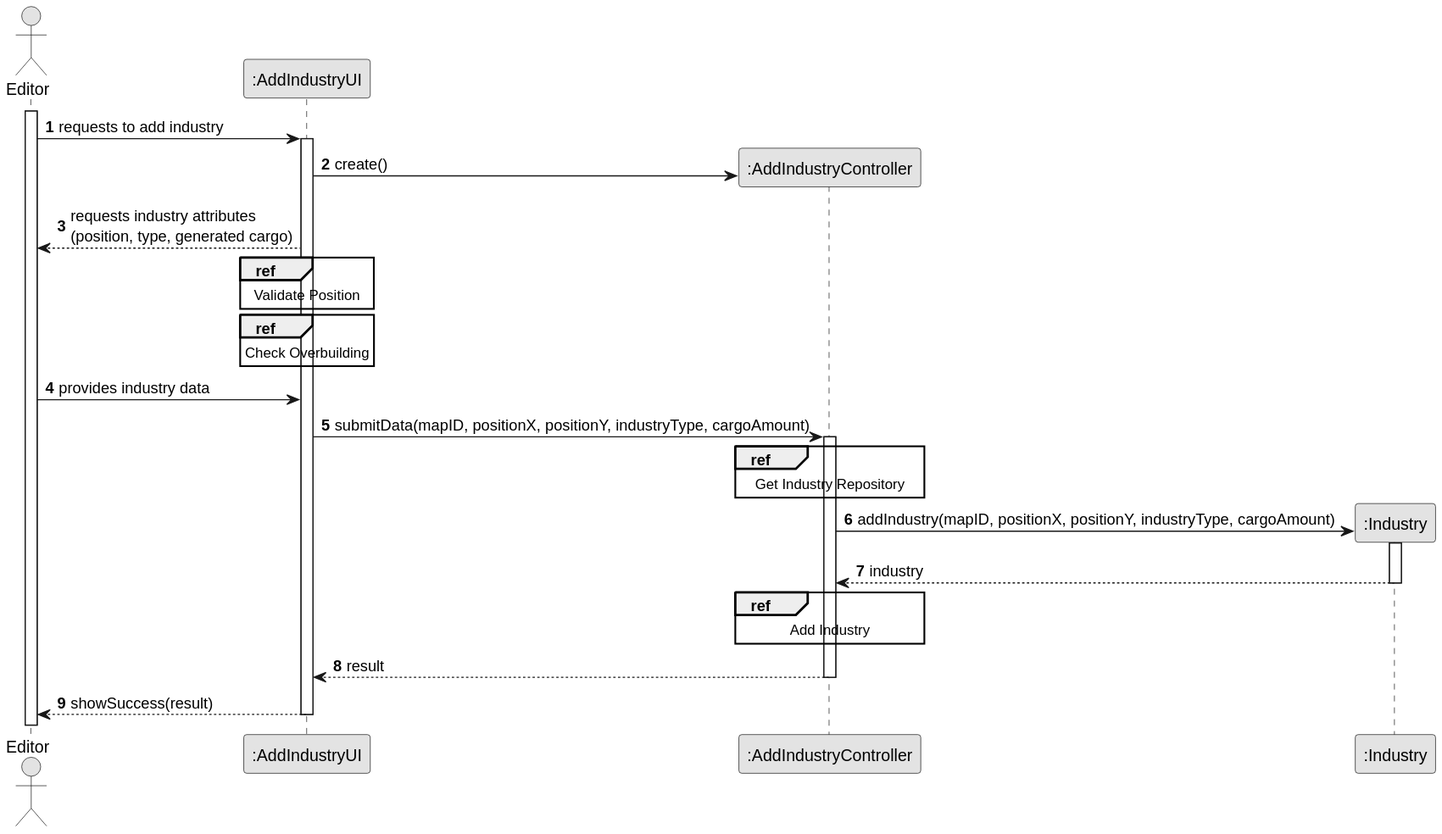
Above: docs/sprint3/us002/03.design/svg/us002-sd-split.svg in ivasduarte/all-aboard (PlantUML), before the change.
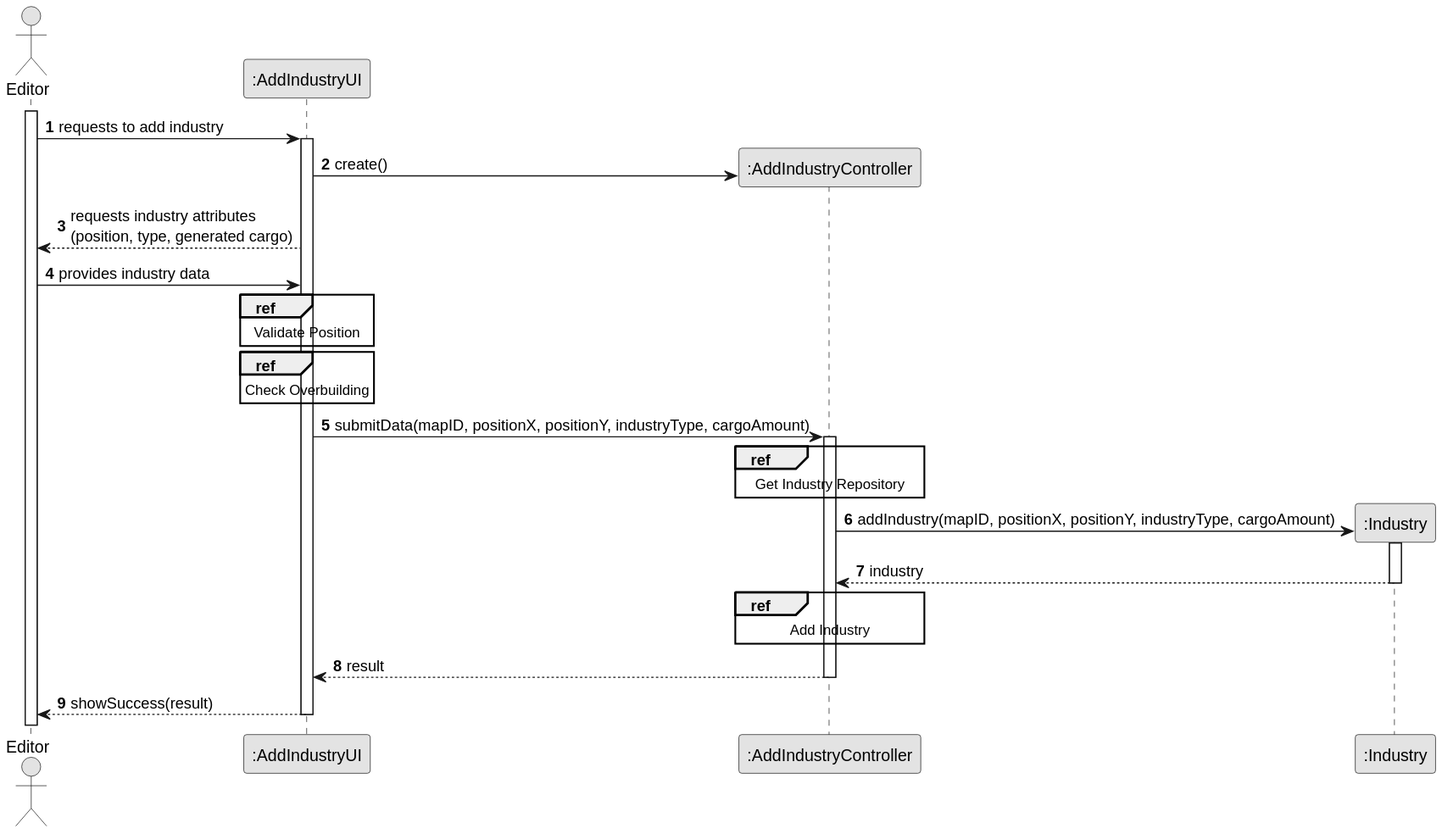
After the change.

The edit, as a diff of the source:
```diff
@@ -19,6 +19,8 @@
 ui -> ctrl** : create()
 ui --> edit : requests industry attributes \n(position, type, generated cargo)
 
+edit -> ui : provides industry data
+
 ref over ui
         Validate Position
     end
@@ -26,8 +28,6 @@
     ref over ui
         Check Overbuilding
     end
-
-edit -> ui : provides industry data
 
 ui -> ctrl : submitData(mapID, positionX, positionY, industryType, cargoAmount)
 activate ctrl
```
